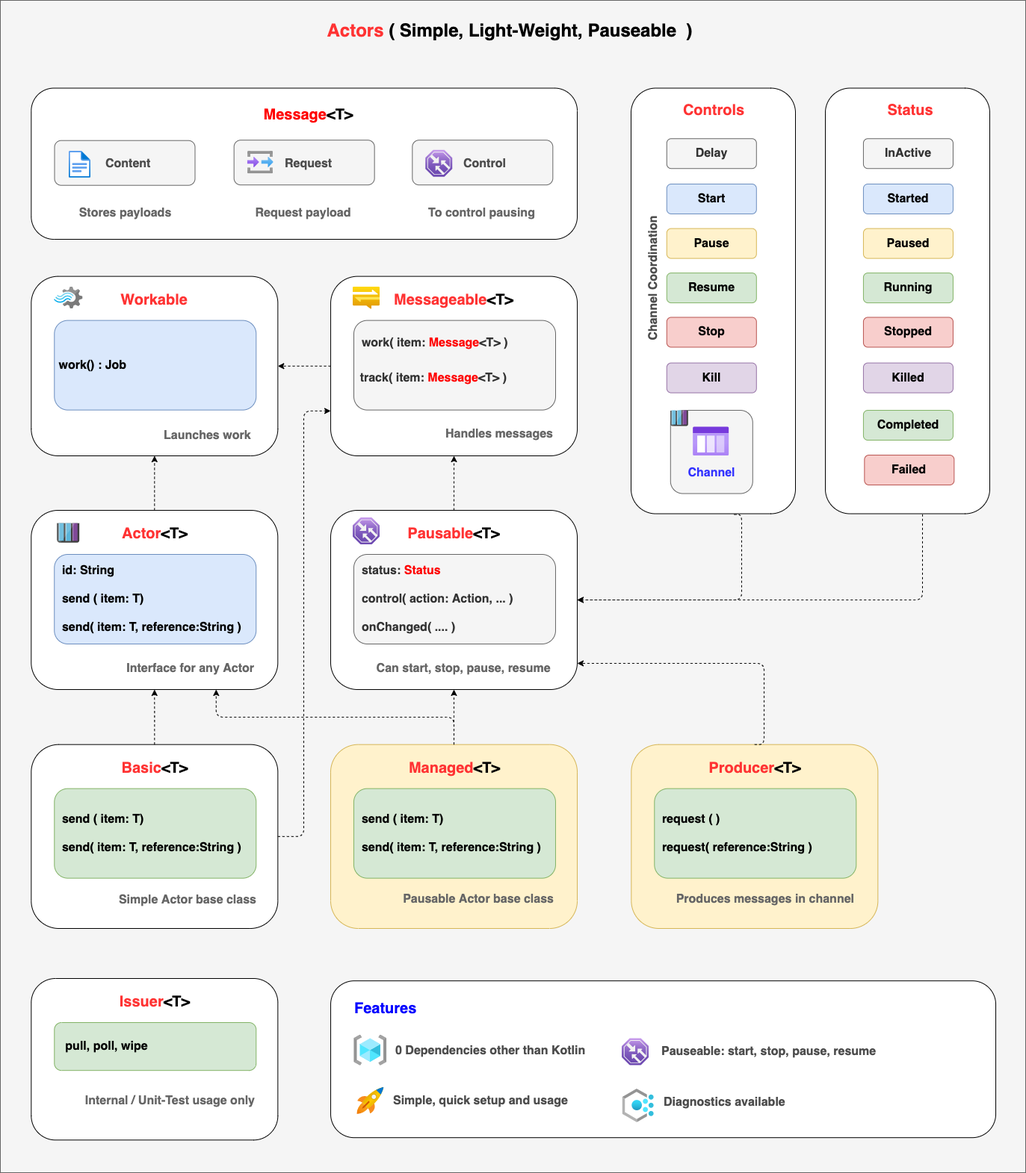
This is doc/diagrams/slatekit-actors.png from slatekit/kiit, a draw.io export, as it was before one commit. Source tidied: cells renumbered, new cells last; positions are measured from the earlier drawing's top-left corner, leaving out a move shared by most shapes.
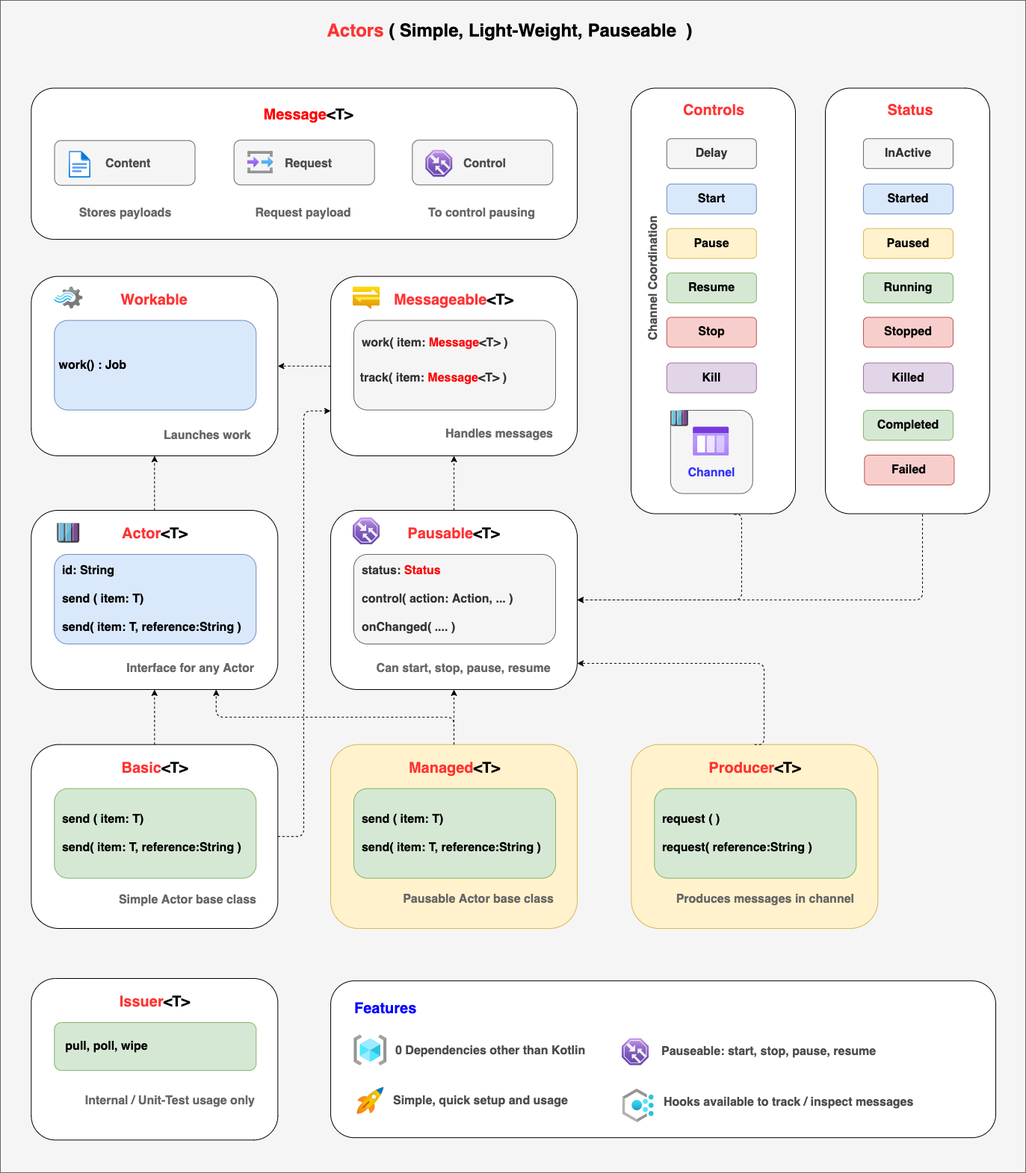
The same diagram one commit later.

The edit, as a diff of the source:
```diff
@@ -271,8 +271,8 @@
     <mxCell id="84" style="html=1;align=center;image;fontSize=12;image=img/lib/azure2/general/Quickstart_Center.svg;fillColor=#1A1A1A;" parent="1" vertex="1">
       <mxGeometry x="477.3" y="1455.9" width="35.7" height="35.7" as="geometry" />
     </mxCell>
-    <mxCell id="85" value="&lt;span style=&quot;font-size: 16px&quot;&gt;&lt;b&gt;Diagnostics available&lt;/b&gt;&lt;/span&gt;" style="text;html=1;strokeColor=none;fillColor=none;align=left;verticalAlign=middle;whiteSpace=wrap;rounded=0;fontColor=#4D4D4D;" parent="1" vertex="1">
-      <mxGeometry x="886.4" y="1466.3" width="216.5" height="20" as="geometry" />
+    <mxCell id="85" value="&lt;span style=&quot;font-size: 16px&quot;&gt;&lt;b&gt;Hooks available to track / inspect messages&lt;/b&gt;&lt;/span&gt;" style="text;html=1;strokeColor=none;fillColor=none;align=left;verticalAlign=middle;whiteSpace=wrap;rounded=0;fontColor=#4D4D4D;" parent="1" vertex="1">
+      <mxGeometry x="886.4" y="1466.3" width="355.6" height="20" as="geometry" />
     </mxCell>
     <mxCell id="86" style="rounded=1;whiteSpace=wrap;html=1;glass=0;align=left;" parent="1" vertex="1">
       <mxGeometry x="41.3" y="1310" width="330" height="216.3" as="geometry" />
```
